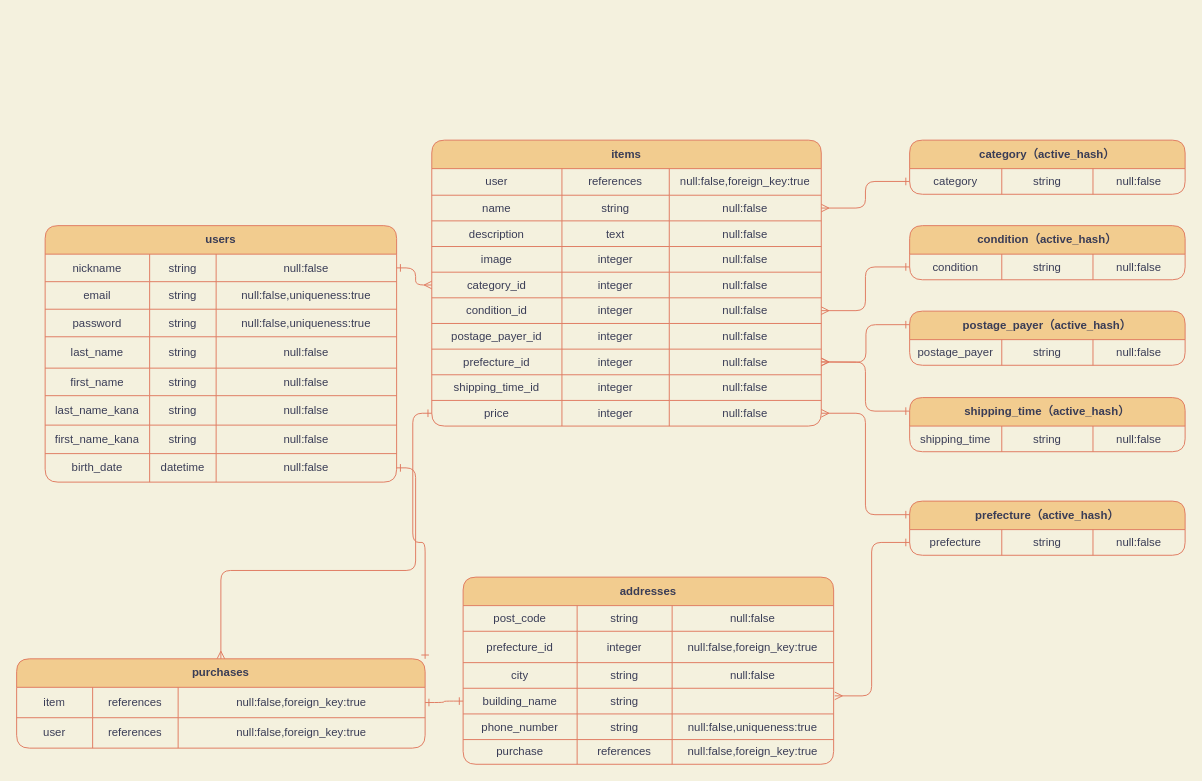
Above: furima.dio in inpachi-yume/furima-29851 (draw.io), before the change. Source tidied: cells renumbered, new cells numbered last; positions are measured from the earlier drawing's top-left corner, leaving out a move shared by most shapes. Both pictures are drawn from the tidied source at 95%, with x=0, y=0 at pixel (16, 140).
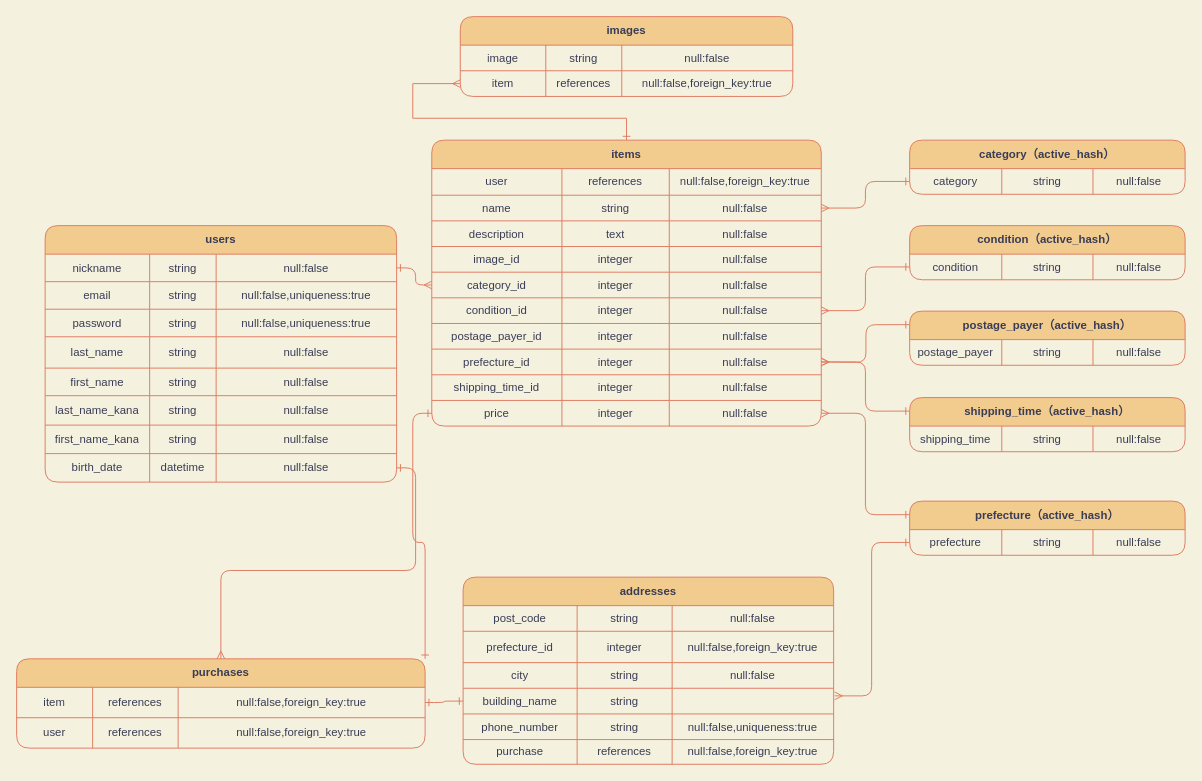
The same page after the edit.

The change refers to these unchanged cells:
```xml
<mxCell id="32" value="items" style="shape=table;html=1;whiteSpace=wrap;startSize=30;childLayout=tableLayout;fontStyle=1;align=center;rounded=1;fillColor=#F2CC8F;strokeColor=#E07A5F;fontColor=#393C56;" parent="1" vertex="1">
  <mxGeometry x="437" width="410" height="301" as="geometry" />
</mxCell>
<mxCell id="45" style="shape=partialRectangle;html=1;whiteSpace=wrap;fillColor=none;top=0;left=0;bottom=0;right=0;rounded=1;strokeColor=#E07A5F;fontColor=#393C56;" parent="32" vertex="1">
  <mxGeometry y="112" width="410" height="27" as="geometry" />
</mxCell>
```

What changed in the source:
```diff
@@
+    <mxCell id="145" style="edgeStyle=orthogonalEdgeStyle;rounded=0;jettySize=auto;html=1;exitX=0.5;exitY=0;exitDx=0;exitDy=0;entryX=0;entryY=0.5;entryDx=0;entryDy=0;startArrow=ERone;startFill=0;endArrow=ERmany;endFill=0;labelBackgroundColor=#F4F1DE;strokeColor=#E07A5F;fontColor=#393C56;" parent="1" edge="1" source="32" target="151">
+      <mxGeometry relative="1" as="geometry" />
+    </mxCell>
@@
-    <mxCell id="46" value="image" style="shape=partialRectangle;html=1;whiteSpace=wrap;fillColor=none;top=0;left=0;bottom=0;right=0;overflow=hidden;rounded=1;strokeColor=#E07A5F;fontColor=#393C56;" parent="45" vertex="1">
+    <mxCell id="46" value="image_id" style="shape=partialRectangle;html=1;whiteSpace=wrap;fillColor=none;top=0;left=0;bottom=0;right=0;overflow=hidden;rounded=1;strokeColor=#E07A5F;fontColor=#393C56;" parent="45" vertex="1">
       <mxGeometry width="137" height="27" as="geometry" />
     </mxCell>
@@
+    <mxCell id="146" value="images" style="shape=table;html=1;whiteSpace=wrap;startSize=30;childLayout=tableLayout;fontStyle=1;align=center;rounded=1;fillColor=#F2CC8F;strokeColor=#E07A5F;fontColor=#393C56;" parent="1" vertex="1">
+      <mxGeometry x="467" y="-130" width="350" height="84" as="geometry" />
+    </mxCell>
+    <mxCell id="147" style="shape=partialRectangle;html=1;whiteSpace=wrap;fillColor=none;top=0;left=0;bottom=0;right=0;rounded=1;strokeColor=#E07A5F;fontColor=#393C56;" parent="146" vertex="1">
+      <mxGeometry y="30" width="350" height="27" as="geometry" />
+    </mxCell>
+    <mxCell id="148" value="image" style="shape=partialRectangle;html=1;whiteSpace=wrap;fillColor=none;top=0;left=0;bottom=0;right=0;overflow=hidden;rounded=1;strokeColor=#E07A5F;fontColor=#393C56;" parent="147" vertex="1">
+      <mxGeometry width="90" height="27" as="geometry" />
+    </mxCell>
+    <mxCell id="149" value="string" style="shape=partialRectangle;html=1;whiteSpace=wrap;fillColor=none;top=0;left=0;bottom=0;right=0;overflow=hidden;rounded=1;strokeColor=#E07A5F;fontColor=#393C56;" parent="147" vertex="1">
+      <mxGeometry x="90" width="80" height="27" as="geometry" />
+    </mxCell>
+    <mxCell id="150" value="null:false" style="shape=partialRectangle;html=1;whiteSpace=wrap;fillColor=none;top=0;left=0;bottom=0;right=0;overflow=hidden;rounded=1;strokeColor=#E07A5F;fontColor=#393C56;" parent="147" vertex="1">
+      <mxGeometry x="170" width="180" height="27" as="geometry" />
+    </mxCell>
+    <mxCell id="151" style="shape=partialRectangle;html=1;whiteSpace=wrap;fillColor=none;top=0;left=0;bottom=0;right=0;points=[[0,0.5],[1,0.5]];portConstraint=eastwest;rounded=1;strokeColor=#E07A5F;fontColor=#393C56;" parent="146" vertex="1">
+      <mxGeometry y="57" width="350" height="27" as="geometry" />
+    </mxCell>
+    <mxCell id="152" value="item" style="shape=partialRectangle;html=1;whiteSpace=wrap;fillColor=none;top=0;left=0;bottom=0;right=0;overflow=hidden;rounded=1;strokeColor=#E07A5F;fontColor=#393C56;" parent="151" vertex="1">
+      <mxGeometry width="90" height="27" as="geometry" />
+    </mxCell>
+    <mxCell id="153" value="references" style="shape=partialRectangle;html=1;whiteSpace=wrap;fillColor=none;top=0;left=0;bottom=0;right=0;overflow=hidden;rounded=1;strokeColor=#E07A5F;fontColor=#393C56;" parent="151" vertex="1">
+      <mxGeometry x="90" width="80" height="27" as="geometry" />
+    </mxCell>
+    <mxCell id="154" value="&lt;span&gt;null:false,foreign_key:true&lt;br&gt;&lt;/span&gt;" style="shape=partialRectangle;html=1;whiteSpace=wrap;fillColor=none;top=0;left=0;bottom=0;right=0;overflow=hidden;rounded=1;strokeColor=#E07A5F;fontColor=#393C56;" parent="151" vertex="1">
+      <mxGeometry x="170" width="180" height="27" as="geometry" />
+    </mxCell>
```
